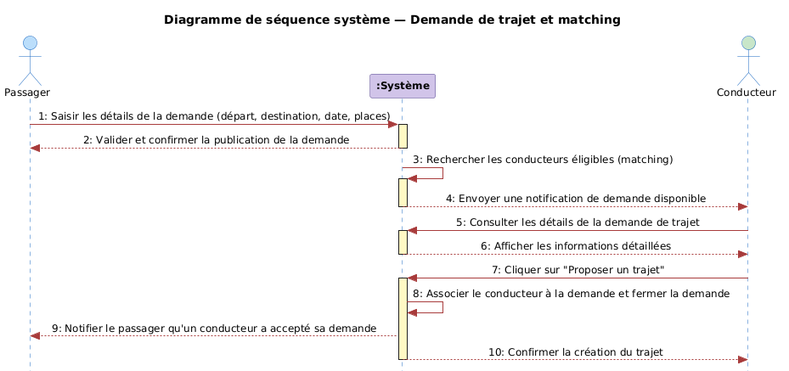
Earlier version of the PlantUML export figures/fig_sequence_trip_request.png (Belhormamohamed13/Memiore_RohWinBghit).
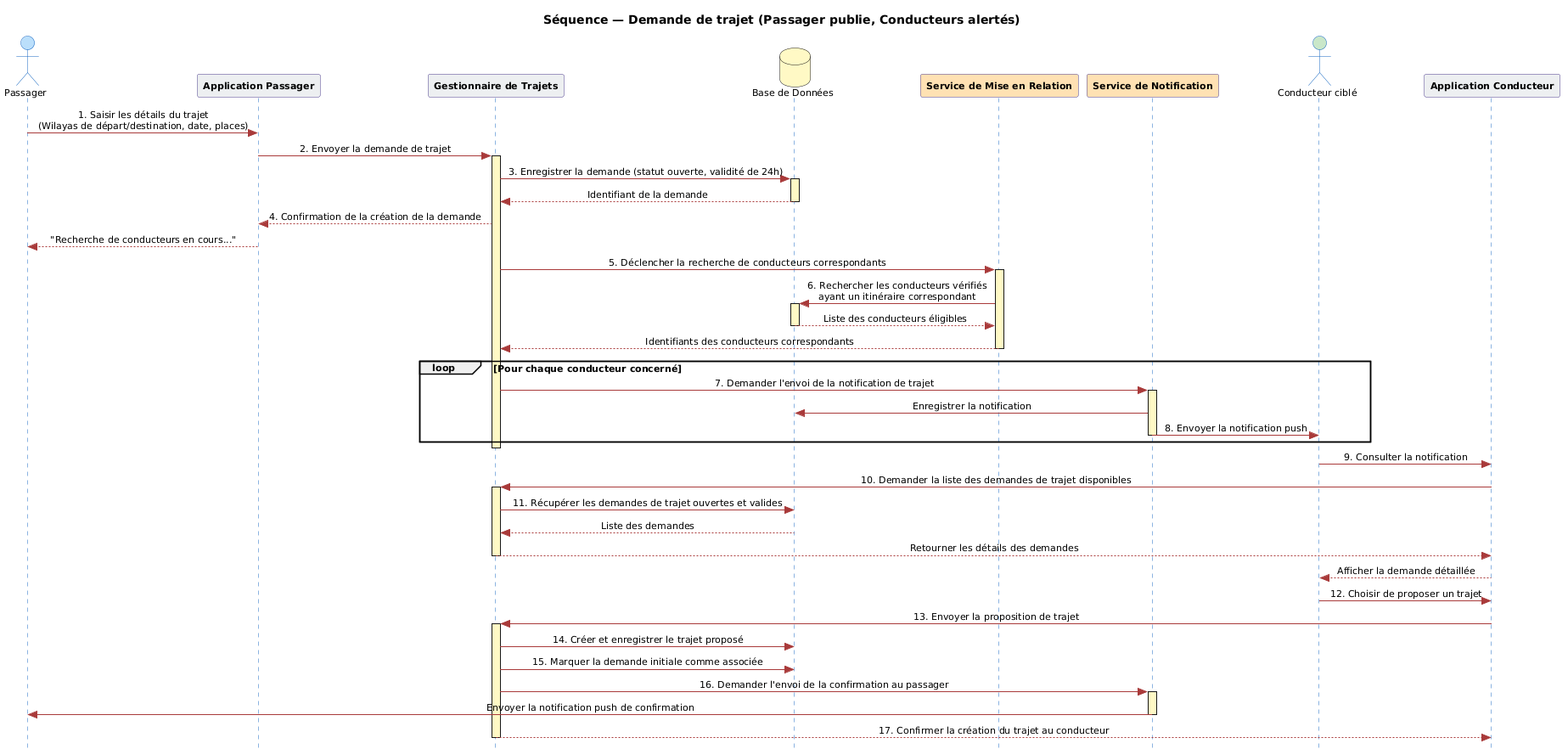
After the change.

What changed in the source:
```diff
@@ -1,7 +1,7 @@
 @startuml
 skinparam style strictuml
 skinparam DefaultFontName Arial
-skinparam DefaultFontSize 12
+skinparam DefaultFontSize 11
 skinparam shadowing false
 skinparam SequenceMessageAlignment center
 
@@ -14,33 +14,69 @@
   ParticipantBorderColor #4B3A8B
   ParticipantBackgroundColor #D1C4E9
   ParticipantFontStyle bold
+  DatabaseBorderColor #F9A825
+  DatabaseBackgroundColor #FFF9C4
 }
 
-title Diagramme de séquence système — Demande de trajet et matching
+title Séquence — Demande de trajet (Passager publie, Conducteurs alertés)
 
-actor "Passager" as P
-participant ":Système" as S
-actor "Conducteur" as C #C8E6C9
+actor "Passager" as Pax #BBDEFB
+participant "Application Passager" as AppP #ECEFF1
+participant "Gestionnaire de Trajets" as API #ECEFF1
+database "Base de Données" as DB #FFF9C4
+participant "Service de Mise en Relation" as Match #FFE0B2
+participant "Service de Notification" as Notif #FFE0B2
+actor "Conducteur ciblé" as Drv #C8E6C9
+participant "Application Conducteur" as AppD #ECEFF1
 
-P -> S : 1: Saisir les détails de la demande (départ, destination, date, places)
-activate S
-S --> P : 2: Valider et confirmer la publication de la demande
-deactivate S
+Pax -> AppP : 1. Saisir les détails du trajet\n(Wilayas de départ/destination, date, places)
+AppP -> API : 2. Envoyer la demande de trajet
+activate API
 
-S -> S : 3: Rechercher les conducteurs éligibles (matching)
-activate S
-S --> C : 4: Envoyer une notification de demande disponible
-deactivate S
+API -> DB : 3. Enregistrer la demande (statut ouverte, validité de 24h)
+activate DB
+DB --> API : Identifiant de la demande
+deactivate DB
 
-C -> S : 5: Consulter les détails de la demande de trajet
-activate S
-S --> C : 6: Afficher les informations détaillées
-deactivate S
+API --> AppP : 4. Confirmation de la création de la demande
+AppP --> Pax : "Recherche de conducteurs en cours..."
 
-C -> S : 7: Cliquer sur "Proposer un trajet"
-activate S
-S -> S : 8: Associer le conducteur à la demande et fermer la demande
-S --> P : 9: Notifier le passager qu'un conducteur a accepté sa demande
-S --> C : 10: Confirmer la création du trajet
-deactivate S
+API -> Match : 5. Déclencher la recherche de conducteurs correspondants
+activate Match
+Match -> DB : 6. Rechercher les conducteurs vérifiés\nayant un itinéraire correspondant
+activate DB
+DB --> Match : Liste des conducteurs éligibles
+deactivate DB
+Match --> API : Identifiants des conducteurs correspondants
+deactivate Match
+
+loop Pour chaque conducteur concerné
+  API -> Notif : 7. Demander l'envoi de la notification de trajet
+  activate Notif
+  Notif -> DB : Enregistrer la notification
+  Notif -> Drv : 8. Envoyer la notification push
+  deactivate Notif
+end
+deactivate API
+
+Drv -> AppD : 9. Consulter la notification
+AppD -> API : 10. Demander la liste des demandes de trajet disponibles
+activate API
+API -> DB : 11. Récupérer les demandes de trajet ouvertes et valides
+DB --> API : Liste des demandes
+API --> AppD : Retourner les détails des demandes
+deactivate API
+AppD --> Drv : Afficher la demande détaillée
+Drv -> AppD : 12. Choisir de proposer un trajet
+
+AppD -> API : 13. Envoyer la proposition de trajet
+activate API
+API -> DB : 14. Créer et enregistrer le trajet proposé
+API -> DB : 15. Marquer la demande initiale comme associée
+API -> Notif : 16. Demander l'envoi de la confirmation au passager
+activate Notif
+Notif -> Pax : Envoyer la notification push de confirmation
+deactivate Notif
+API --> AppD : 17. Confirmer la création du trajet au conducteur
+deactivate API
 @enduml
```
